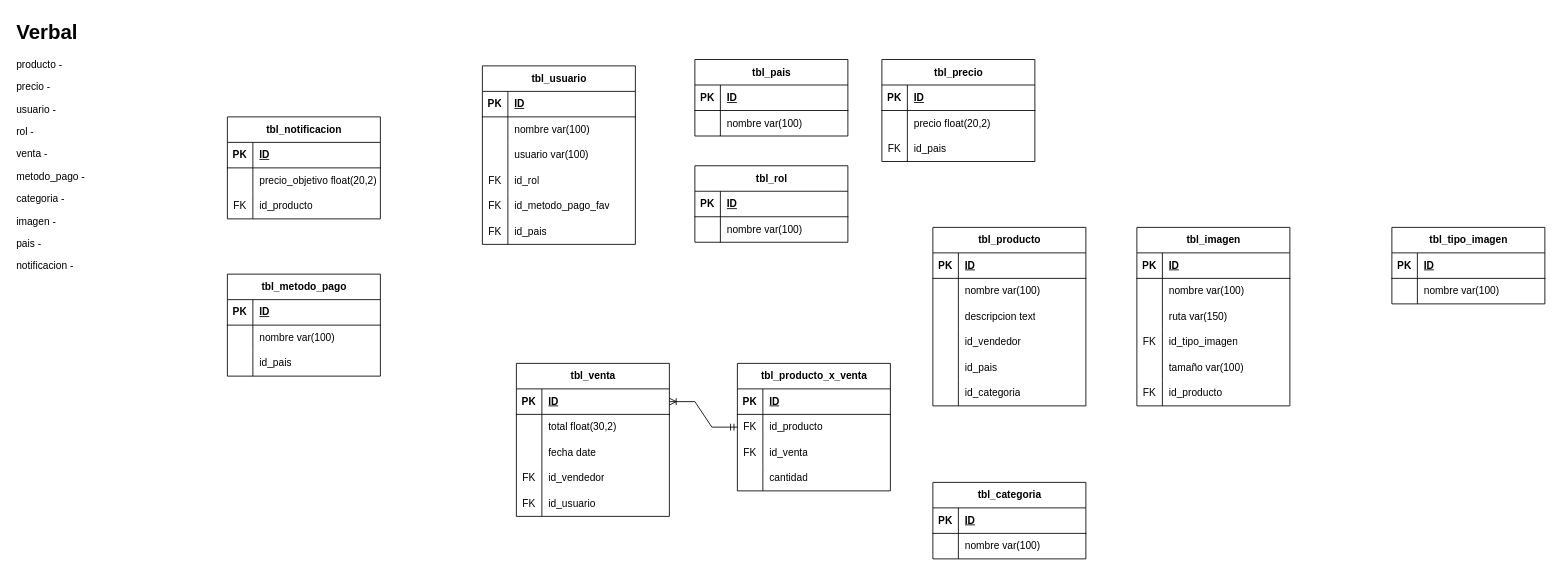
Before: e-shop cuentas & videojuegos.drawio in jorge-ruizf/jshop, a draw.io diagram. Source tidied: cells renumbered, new cells numbered last; positions are measured from the earlier drawing's top-left corner, leaving out a move shared by most shapes. Both pictures are drawn from the tidied source at 85%, with x=0, y=0 at pixel (14, 14).
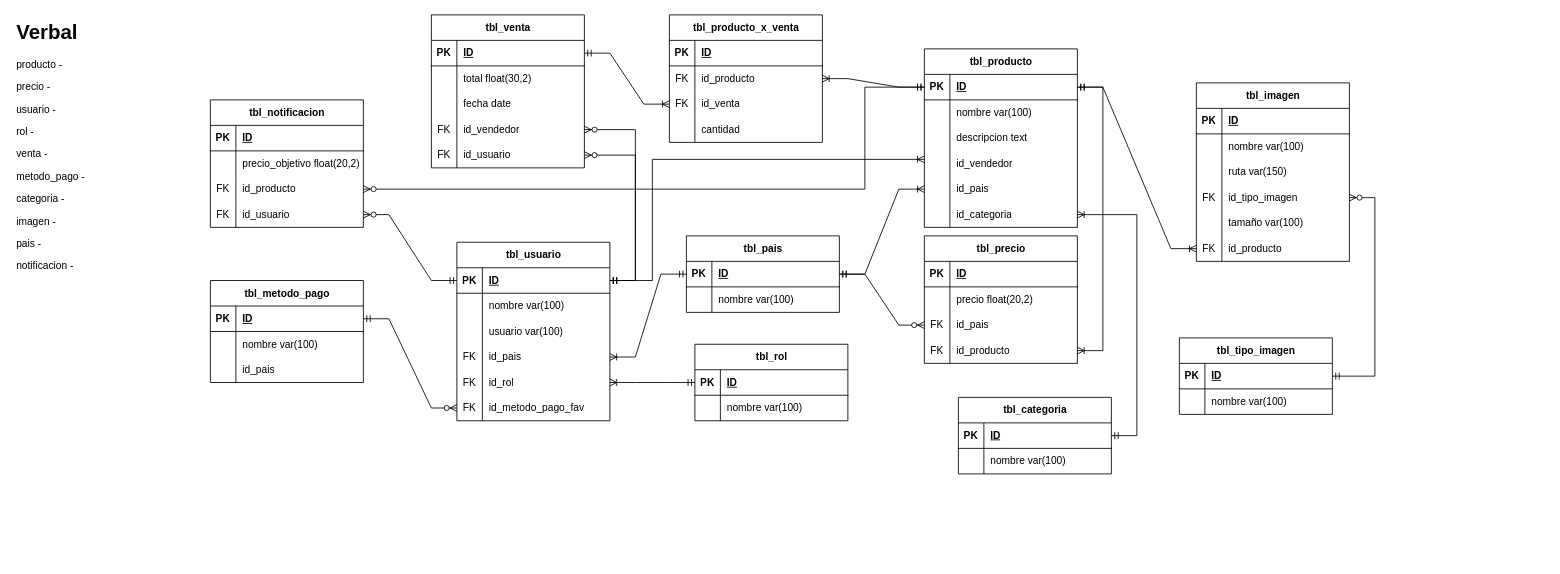
The same diagram, later.

Unchanged cells that the change refers to:
```xml
<mxCell id="3" style="shape=tableRow;horizontal=0;startSize=0;swimlaneHead=0;swimlaneBody=0;fillColor=none;points=[[0,0.5],[1,0.5]];portConstraint=eastwest;top=0;left=0;right=0;bottom=1;" parent="2" vertex="1">
  <mxGeometry y="30" width="180" height="30" as="geometry" />
</mxCell>
<mxCell id="12" style="shape=tableRow;horizontal=0;startSize=0;swimlaneHead=0;swimlaneBody=0;fillColor=none;points=[[0,0.5],[1,0.5]];portConstraint=eastwest;top=0;left=0;right=0;bottom=0;" parent="2" vertex="1">
  <mxGeometry y="120" width="180" height="30" as="geometry" />
</mxCell>
<mxCell id="15" style="shape=tableRow;horizontal=0;startSize=0;swimlaneHead=0;swimlaneBody=0;fillColor=none;points=[[0,0.5],[1,0.5]];portConstraint=eastwest;top=0;left=0;right=0;bottom=0;" parent="2" vertex="1">
  <mxGeometry y="150" width="180" height="30" as="geometry" />
</mxCell>
<mxCell id="18" style="shape=tableRow;horizontal=0;startSize=0;swimlaneHead=0;swimlaneBody=0;fillColor=none;points=[[0,0.5],[1,0.5]];portConstraint=eastwest;top=0;left=0;right=0;bottom=0;" parent="2" vertex="1">
  <mxGeometry y="180" width="180" height="30" as="geometry" />
</mxCell>
<mxCell id="23" style="shape=tableRow;horizontal=0;startSize=0;swimlaneHead=0;swimlaneBody=0;fillColor=none;points=[[0,0.5],[1,0.5]];portConstraint=eastwest;top=0;left=0;right=0;bottom=1;" parent="22" vertex="1">
  <mxGeometry y="30" width="180" height="30" as="geometry" />
</mxCell>
<mxCell id="30" style="shape=tableRow;horizontal=0;startSize=0;swimlaneHead=0;swimlaneBody=0;fillColor=none;points=[[0,0.5],[1,0.5]];portConstraint=eastwest;top=0;left=0;right=0;bottom=1;" parent="29" vertex="1">
  <mxGeometry y="30" width="180" height="30" as="geometry" />
</mxCell>
<mxCell id="40" style="shape=tableRow;horizontal=0;startSize=0;swimlaneHead=0;swimlaneBody=0;fillColor=none;points=[[0,0.5],[1,0.5]];portConstraint=eastwest;top=0;left=0;right=0;bottom=1;" parent="39" vertex="1">
  <mxGeometry y="30" width="180" height="30" as="geometry" />
</mxCell>
<mxCell id="56" style="shape=tableRow;horizontal=0;startSize=0;swimlaneHead=0;swimlaneBody=0;fillColor=none;points=[[0,0.5],[1,0.5]];portConstraint=eastwest;top=0;left=0;right=0;bottom=0;" parent="46" vertex="1">
  <mxGeometry y="120" width="180" height="30" as="geometry" />
</mxCell>
<mxCell id="62" style="shape=tableRow;horizontal=0;startSize=0;swimlaneHead=0;swimlaneBody=0;fillColor=none;points=[[0,0.5],[1,0.5]];portConstraint=eastwest;top=0;left=0;right=0;bottom=0;" parent="46" vertex="1">
  <mxGeometry y="180" width="180" height="30" as="geometry" />
</mxCell>
<mxCell id="66" style="shape=tableRow;horizontal=0;startSize=0;swimlaneHead=0;swimlaneBody=0;fillColor=none;points=[[0,0.5],[1,0.5]];portConstraint=eastwest;top=0;left=0;right=0;bottom=1;" parent="65" vertex="1">
  <mxGeometry y="30" width="180" height="30" as="geometry" />
</mxCell>
<mxCell id="75" style="shape=tableRow;horizontal=0;startSize=0;swimlaneHead=0;swimlaneBody=0;fillColor=none;points=[[0,0.5],[1,0.5]];portConstraint=eastwest;top=0;left=0;right=0;bottom=0;" parent="65" vertex="1">
  <mxGeometry y="120" width="180" height="30" as="geometry" />
</mxCell>
<mxCell id="78" style="shape=tableRow;horizontal=0;startSize=0;swimlaneHead=0;swimlaneBody=0;fillColor=none;points=[[0,0.5],[1,0.5]];portConstraint=eastwest;top=0;left=0;right=0;bottom=0;" parent="65" vertex="1">
  <mxGeometry y="150" width="180" height="30" as="geometry" />
</mxCell>
<mxCell id="85" style="shape=tableRow;horizontal=0;startSize=0;swimlaneHead=0;swimlaneBody=0;fillColor=none;points=[[0,0.5],[1,0.5]];portConstraint=eastwest;top=0;left=0;right=0;bottom=0;" parent="81" vertex="1">
  <mxGeometry y="60" width="180" height="30" as="geometry" />
</mxCell>
<mxCell id="88" style="shape=tableRow;horizontal=0;startSize=0;swimlaneHead=0;swimlaneBody=0;fillColor=none;points=[[0,0.5],[1,0.5]];portConstraint=eastwest;top=0;left=0;right=0;bottom=0;" parent="81" vertex="1">
  <mxGeometry y="90" width="180" height="30" as="geometry" />
</mxCell>
<mxCell id="95" style="shape=tableRow;horizontal=0;startSize=0;swimlaneHead=0;swimlaneBody=0;fillColor=none;points=[[0,0.5],[1,0.5]];portConstraint=eastwest;top=0;left=0;right=0;bottom=1;" parent="94" vertex="1">
  <mxGeometry y="30" width="180" height="30" as="geometry" />
</mxCell>
<mxCell id="114" style="shape=tableRow;horizontal=0;startSize=0;swimlaneHead=0;swimlaneBody=0;fillColor=none;points=[[0,0.5],[1,0.5]];portConstraint=eastwest;top=0;left=0;right=0;bottom=1;" parent="113" vertex="1">
  <mxGeometry y="30" width="180" height="30" as="geometry" />
</mxCell>
<mxCell id="121" style="shape=tableRow;horizontal=0;startSize=0;swimlaneHead=0;swimlaneBody=0;fillColor=none;points=[[0,0.5],[1,0.5]];portConstraint=eastwest;top=0;left=0;right=0;bottom=1;" parent="120" vertex="1">
  <mxGeometry y="30" width="180" height="30" as="geometry" />
</mxCell>
<mxCell id="134" style="shape=tableRow;horizontal=0;startSize=0;swimlaneHead=0;swimlaneBody=0;fillColor=none;points=[[0,0.5],[1,0.5]];portConstraint=eastwest;top=0;left=0;right=0;bottom=0;" parent="127" vertex="1">
  <mxGeometry y="90" width="180" height="30" as="geometry" />
</mxCell>
<mxCell id="144" style="shape=tableRow;horizontal=0;startSize=0;swimlaneHead=0;swimlaneBody=0;fillColor=none;points=[[0,0.5],[1,0.5]];portConstraint=eastwest;top=0;left=0;right=0;bottom=0;" parent="137" vertex="1">
  <mxGeometry y="90" width="180" height="30" as="geometry" />
</mxCell>
```

What changed in the source:
```diff
@@
     <mxCell id="2" value="tbl_producto" style="shape=table;startSize=30;childLayout=tableLayout;rowLines=0;fontStyle=1;align=center;html=1;" parent="1" vertex="1">
-      <mxGeometry x="1080" y="250" width="180" height="210" as="geometry" />
+      <mxGeometry x="1070" y="40" width="180" height="210" as="geometry" />
     </mxCell>
@@
     <mxCell id="22" value="tbl_pais" style="shape=table;startSize=30;childLayout=tableLayout;rowLines=0;fontStyle=1;align=center;html=1;" parent="1" vertex="1">
-      <mxGeometry x="800" y="52.5" width="180" height="90" as="geometry" />
+      <mxGeometry x="790" y="260" width="180" height="90" as="geometry" />
     </mxCell>
@@
     <mxCell id="29" value="tbl_metodo_pago" style="shape=table;startSize=30;childLayout=tableLayout;rowLines=0;fontStyle=1;align=center;html=1;" parent="1" vertex="1">
-      <mxGeometry x="250" y="305" width="180" height="120" as="geometry" />
+      <mxGeometry x="230" y="312.5" width="180" height="120" as="geometry" />
     </mxCell>
@@
     <mxCell id="39" value="tbl_categoria" style="shape=table;startSize=30;childLayout=tableLayout;rowLines=0;fontStyle=1;align=center;html=1;" parent="1" vertex="1">
-      <mxGeometry x="1080" y="550" width="180" height="90" as="geometry" />
+      <mxGeometry x="1110" y="450" width="180" height="90" as="geometry" />
     </mxCell>
@@
     <mxCell id="46" value="tbl_imagen" style="shape=table;startSize=30;childLayout=tableLayout;rowLines=0;fontStyle=1;align=center;html=1;" parent="1" vertex="1">
-      <mxGeometry x="1320" y="250" width="180" height="210" as="geometry" />
+      <mxGeometry x="1390" y="80" width="180" height="210" as="geometry" />
     </mxCell>
@@
     <mxCell id="65" value="tbl_venta" style="shape=table;startSize=30;childLayout=tableLayout;rowLines=0;fontStyle=1;align=center;html=1;" parent="1" vertex="1">
-      <mxGeometry x="590" y="410" width="180" height="180" as="geometry" />
+      <mxGeometry x="490" width="180" height="180" as="geometry" />
     </mxCell>
@@
     <mxCell id="81" value="tbl_producto_x_venta" style="shape=table;startSize=30;childLayout=tableLayout;rowLines=0;fontStyle=1;align=center;html=1;" parent="1" vertex="1">
-      <mxGeometry x="850" y="410" width="180" height="150" as="geometry" />
+      <mxGeometry x="770" width="180" height="150" as="geometry" />
     </mxCell>
@@
     <mxCell id="94" value="tbl_usuario" style="shape=table;startSize=30;childLayout=tableLayout;rowLines=0;fontStyle=1;align=center;html=1;" parent="1" vertex="1">
-      <mxGeometry x="550" y="60" width="180" height="210" as="geometry" />
+      <mxGeometry x="520" y="267.5" width="180" height="210" as="geometry" />
     </mxCell>
@@
+    <mxCell id="110" style="shape=tableRow;horizontal=0;startSize=0;swimlaneHead=0;swimlaneBody=0;fillColor=none;points=[[0,0.5],[1,0.5]];portConstraint=eastwest;top=0;left=0;right=0;bottom=0;" parent="94" vertex="1">
+      <mxGeometry y="120" width="180" height="30" as="geometry" />
+    </mxCell>
+    <mxCell id="111" value="FK" style="shape=partialRectangle;fillColor=none;top=0;left=0;bottom=0;right=0;overflow=hidden;whiteSpace=wrap;html=1;" parent="110" vertex="1">
+      <mxGeometry width="30" height="30" as="geometry" />
+    </mxCell>
+    <mxCell id="112" value="id_pais" style="shape=partialRectangle;fillColor=none;top=0;left=0;bottom=0;right=0;align=left;spacingLeft=6;overflow=hidden;whiteSpace=wrap;html=1;" parent="110" vertex="1">
+      <mxGeometry x="30" width="150" height="30" as="geometry" />
+    </mxCell>
     <mxCell id="104" style="shape=tableRow;horizontal=0;startSize=0;swimlaneHead=0;swimlaneBody=0;fillColor=none;points=[[0,0.5],[1,0.5]];portConstraint=eastwest;top=0;left=0;right=0;bottom=0;" parent="94" vertex="1">
-      <mxGeometry y="120" width="180" height="30" as="geometry" />
+      <mxGeometry y="150" width="180" height="30" as="geometry" />
     </mxCell>
@@
     <mxCell id="107" style="shape=tableRow;horizontal=0;startSize=0;swimlaneHead=0;swimlaneBody=0;fillColor=none;points=[[0,0.5],[1,0.5]];portConstraint=eastwest;top=0;left=0;right=0;bottom=0;" parent="94" vertex="1">
-      <mxGeometry y="150" width="180" height="30" as="geometry" />
+      <mxGeometry y="180" width="180" height="30" as="geometry" />
     </mxCell>
@@
-    <mxCell id="110" style="shape=tableRow;horizontal=0;startSize=0;swimlaneHead=0;swimlaneBody=0;fillColor=none;points=[[0,0.5],[1,0.5]];portConstraint=eastwest;top=0;left=0;right=0;bottom=0;" parent="94" vertex="1">
-      <mxGeometry y="180" width="180" height="30" as="geometry" />
-    </mxCell>
-    <mxCell id="111" value="FK" style="shape=partialRectangle;fillColor=none;top=0;left=0;bottom=0;right=0;overflow=hidden;whiteSpace=wrap;html=1;" parent="110" vertex="1">
-      <mxGeometry width="30" height="30" as="geometry" />
-    </mxCell>
-    <mxCell id="112" value="id_pais" style="shape=partialRectangle;fillColor=none;top=0;left=0;bottom=0;right=0;align=left;spacingLeft=6;overflow=hidden;whiteSpace=wrap;html=1;" parent="110" vertex="1">
-      <mxGeometry x="30" width="150" height="30" as="geometry" />
-    </mxCell>
     <mxCell id="113" value="tbl_tipo_imagen" style="shape=table;startSize=30;childLayout=tableLayout;rowLines=0;fontStyle=1;align=center;html=1;" parent="1" vertex="1">
-      <mxGeometry x="1620" y="250" width="180" height="90" as="geometry" />
+      <mxGeometry x="1370" y="380" width="180" height="90" as="geometry" />
     </mxCell>
@@
     <mxCell id="120" value="tbl_rol" style="shape=table;startSize=30;childLayout=tableLayout;rowLines=0;fontStyle=1;align=center;html=1;" parent="1" vertex="1">
-      <mxGeometry x="800" y="177.5" width="180" height="90" as="geometry" />
+      <mxGeometry x="800" y="387.5" width="180" height="90" as="geometry" />
     </mxCell>
@@
     <mxCell id="127" value="tbl_notificacion" style="shape=table;startSize=30;childLayout=tableLayout;rowLines=0;fontStyle=1;align=center;html=1;" parent="1" vertex="1">
-      <mxGeometry x="250" y="120" width="180" height="120" as="geometry" />
+      <mxGeometry x="230" y="100" width="180" height="150" as="geometry" />
     </mxCell>
@@
+    <mxCell id="148" style="shape=tableRow;horizontal=0;startSize=0;swimlaneHead=0;swimlaneBody=0;fillColor=none;points=[[0,0.5],[1,0.5]];portConstraint=eastwest;top=0;left=0;right=0;bottom=0;" parent="127" vertex="1">
+      <mxGeometry y="120" width="180" height="30" as="geometry" />
+    </mxCell>
+    <mxCell id="149" value="FK" style="shape=partialRectangle;fillColor=none;top=0;left=0;bottom=0;right=0;overflow=hidden;whiteSpace=wrap;html=1;" parent="148" vertex="1">
+      <mxGeometry width="30" height="30" as="geometry" />
+    </mxCell>
+    <mxCell id="150" value="id_usuario" style="shape=partialRectangle;fillColor=none;top=0;left=0;bottom=0;right=0;align=left;spacingLeft=6;overflow=hidden;whiteSpace=wrap;html=1;" parent="148" vertex="1">
+      <mxGeometry x="30" width="150" height="30" as="geometry" />
+    </mxCell>
     <mxCell id="137" value="tbl_precio" style="shape=table;startSize=30;childLayout=tableLayout;rowLines=0;fontStyle=1;align=center;html=1;" parent="1" vertex="1">
-      <mxGeometry x="1020" y="52.5" width="180" height="120" as="geometry" />
+      <mxGeometry x="1070" y="260" width="180" height="150" as="geometry" />
     </mxCell>
@@
+    <mxCell id="151" style="shape=tableRow;horizontal=0;startSize=0;swimlaneHead=0;swimlaneBody=0;fillColor=none;points=[[0,0.5],[1,0.5]];portConstraint=eastwest;top=0;left=0;right=0;bottom=0;" parent="137" vertex="1">
+      <mxGeometry y="120" width="180" height="30" as="geometry" />
+    </mxCell>
+    <mxCell id="152" value="FK" style="shape=partialRectangle;fillColor=none;top=0;left=0;bottom=0;right=0;overflow=hidden;whiteSpace=wrap;html=1;" parent="151" vertex="1">
+      <mxGeometry width="30" height="30" as="geometry" />
+    </mxCell>
+    <mxCell id="153" value="id_producto" style="shape=partialRectangle;fillColor=none;top=0;left=0;bottom=0;right=0;align=left;spacingLeft=6;overflow=hidden;whiteSpace=wrap;html=1;" parent="151" vertex="1">
+      <mxGeometry x="30" width="150" height="30" as="geometry" />
+    </mxCell>
-    <mxCell id="147" style="edgeStyle=entityRelationEdgeStyle;fontSize=12;html=1;endArrow=ERoneToMany;startArrow=ERmandOne;rounded=0;exitX=0;exitY=0.5;exitDx=0;exitDy=0;entryX=1;entryY=0.5;entryDx=0;entryDy=0;" parent="1" edge="1" source="85" target="66">
+    <mxCell id="147" style="edgeStyle=entityRelationEdgeStyle;fontSize=12;html=1;endArrow=ERoneToMany;startArrow=ERmandOne;rounded=0;" parent="1" edge="1" source="66" target="88">
       <mxGeometry relative="1" as="geometry" />
     </mxCell>
+    <mxCell id="154" style="edgeStyle=entityRelationEdgeStyle;fontSize=12;html=1;endArrow=ERoneToMany;startArrow=ERmandOne;rounded=0;" parent="1" edge="1" source="3" target="85">
+      <mxGeometry relative="1" as="geometry" />
+    </mxCell>
+    <mxCell id="155" style="edgeStyle=entityRelationEdgeStyle;fontSize=12;html=1;endArrow=ERoneToMany;startArrow=ERmandOne;rounded=0;" parent="1" edge="1" source="40" target="18">
+      <mxGeometry relative="1" as="geometry" />
+    </mxCell>
+    <mxCell id="156" style="edgeStyle=entityRelationEdgeStyle;fontSize=12;html=1;endArrow=ERoneToMany;startArrow=ERmandOne;rounded=0;" parent="1" edge="1" source="3" target="62">
+      <mxGeometry relative="1" as="geometry" />
+    </mxCell>
+    <mxCell id="157" style="edgeStyle=entityRelationEdgeStyle;fontSize=12;html=1;endArrow=ERoneToMany;startArrow=ERmandOne;rounded=0;" parent="1" edge="1" source="23" target="15">
+      <mxGeometry relative="1" as="geometry" />
+    </mxCell>
+    <mxCell id="158" style="edgeStyle=entityRelationEdgeStyle;fontSize=12;html=1;endArrow=ERoneToMany;startArrow=ERmandOne;rounded=0;" parent="1" edge="1" source="23" target="110">
+      <mxGeometry relative="1" as="geometry" />
+    </mxCell>
+    <mxCell id="159" style="edgeStyle=entityRelationEdgeStyle;fontSize=12;html=1;endArrow=ERoneToMany;startArrow=ERmandOne;rounded=0;" parent="1" edge="1" source="121" target="104">
+      <mxGeometry relative="1" as="geometry" />
+    </mxCell>
+    <mxCell id="160" style="edgeStyle=entityRelationEdgeStyle;fontSize=12;html=1;endArrow=ERoneToMany;startArrow=ERmandOne;rounded=0;" parent="1" edge="1" source="3" target="151">
+      <mxGeometry relative="1" as="geometry" />
+    </mxCell>
+    <mxCell id="161" style="edgeStyle=entityRelationEdgeStyle;fontSize=12;html=1;endArrow=ERzeroToMany;startArrow=ERmandOne;rounded=0;entryX=1;entryY=0.5;entryDx=0;entryDy=0;" parent="1" edge="1" source="95" target="148">
+      <mxGeometry relative="1" as="geometry" />
+    </mxCell>
+    <mxCell id="162" style="edgeStyle=entityRelationEdgeStyle;fontSize=12;html=1;endArrow=ERzeroToMany;startArrow=ERmandOne;rounded=0;" parent="1" edge="1" source="30" target="107">
+      <mxGeometry relative="1" as="geometry" />
+    </mxCell>
+    <mxCell id="163" style="edgeStyle=orthogonalEdgeStyle;fontSize=12;html=1;endArrow=ERzeroToMany;startArrow=ERmandOne;rounded=0;" parent="1" edge="1" source="3" target="134">
+      <mxGeometry relative="1" as="geometry">
+        <Array as="points">
+          <mxPoint x="1000" y="85" />
+          <mxPoint x="1000" y="205" />
+        </Array>
+      </mxGeometry>
+    </mxCell>
+    <mxCell id="164" style="edgeStyle=entityRelationEdgeStyle;fontSize=12;html=1;endArrow=ERzeroToMany;startArrow=ERmandOne;rounded=0;" parent="1" edge="1" source="23" target="144">
+      <mxGeometry relative="1" as="geometry" />
+    </mxCell>
+    <mxCell id="165" style="edgeStyle=entityRelationEdgeStyle;fontSize=12;html=1;endArrow=ERzeroToMany;startArrow=ERmandOne;rounded=0;" parent="1" edge="1" source="114" target="56">
+      <mxGeometry relative="1" as="geometry" />
+    </mxCell>
+    <mxCell id="166" style="edgeStyle=entityRelationEdgeStyle;fontSize=12;html=1;endArrow=ERzeroToMany;startArrow=ERmandOne;rounded=0;" parent="1" edge="1" source="95" target="78">
+      <mxGeometry relative="1" as="geometry" />
+    </mxCell>
+    <mxCell id="167" style="edgeStyle=entityRelationEdgeStyle;fontSize=12;html=1;endArrow=ERzeroToMany;startArrow=ERmandOne;rounded=0;" parent="1" edge="1" source="95" target="75">
+      <mxGeometry relative="1" as="geometry" />
+    </mxCell>
+    <mxCell id="168" style="edgeStyle=orthogonalEdgeStyle;fontSize=12;html=1;endArrow=ERoneToMany;startArrow=ERmandOne;rounded=0;" parent="1" edge="1" source="95" target="12">
+      <mxGeometry relative="1" as="geometry">
+        <Array as="points">
+          <mxPoint x="750" y="313" />
+          <mxPoint x="750" y="170" />
+        </Array>
+      </mxGeometry>
+    </mxCell>
```
